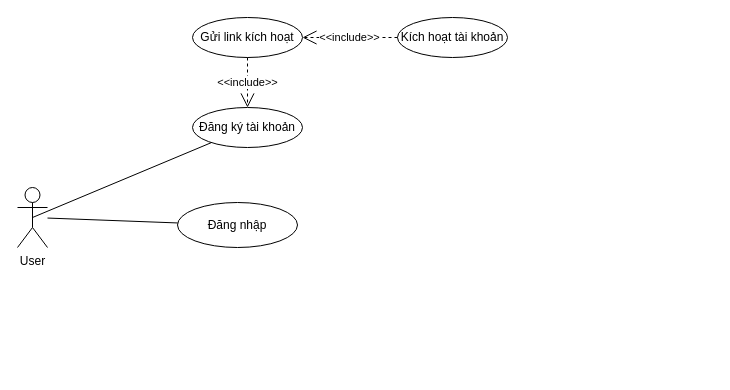
Earlier version of the draw.io diagram BlogProject/BlogProject/UseCaseDangNhapDangKy.drawio (TranThanhHoang123/Blog). Source tidied: cells renumbered, new cells numbered last; positions are measured from the earlier drawing's top-left corner, leaving out a move shared by most shapes. Both pictures are drawn from the tidied source at 100%, with x=0, y=0 at pixel (17, 17).
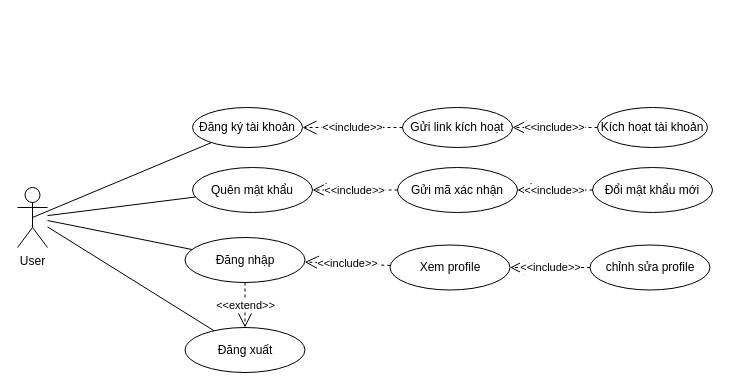
The same diagram, later.

Unchanged cells that the change refers to:
```xml
<mxCell id="2" value="User" style="shape=umlActor;verticalLabelPosition=bottom;verticalAlign=top;html=1;outlineConnect=0;" parent="1" vertex="1">
  <mxGeometry y="170" width="30" height="60" as="geometry" />
</mxCell>
```

Change to the diagram source:
```diff
@@
     <mxCell id="3" value="Đăng nhập" style="ellipse;whiteSpace=wrap;html=1;" parent="1" vertex="1">
-      <mxGeometry x="160" y="185" width="120" height="45" as="geometry" />
+      <mxGeometry x="167.5" y="220" width="120" height="45" as="geometry" />
     </mxCell>
@@
     <mxCell id="7" value="Gửi link kích hoạt" style="ellipse;whiteSpace=wrap;html=1;" parent="1" vertex="1">
-      <mxGeometry x="175" width="110" height="40" as="geometry" />
+      <mxGeometry x="385" y="90" width="110" height="40" as="geometry" />
     </mxCell>
     <mxCell id="8" value="Kích hoạt tài khoản" style="ellipse;whiteSpace=wrap;html=1;" parent="1" vertex="1">
-      <mxGeometry x="380" width="110" height="40" as="geometry" />
+      <mxGeometry x="580" y="90" width="110" height="40" as="geometry" />
     </mxCell>
@@
+    <mxCell id="11" value="Đăng xuất" style="ellipse;whiteSpace=wrap;html=1;" parent="1" vertex="1">
+      <mxGeometry x="167.5" y="310" width="120" height="45" as="geometry" />
+    </mxCell>
+    <mxCell id="12" style="endArrow=none;html=1;rounded=0;strokeColor=default;align=center;verticalAlign=middle;fontFamily=Helvetica;fontSize=11;fontColor=default;labelBackgroundColor=default;edgeStyle=none;" parent="1" edge="1" source="2" target="11">
+      <mxGeometry relative="1" as="geometry" />
+    </mxCell>
+    <mxCell id="13" value="&amp;lt;&amp;lt;extend&amp;gt;&amp;gt;" style="endArrow=open;endSize=12;dashed=1;html=1;rounded=0;strokeColor=default;align=center;verticalAlign=middle;fontFamily=Helvetica;fontSize=11;fontColor=default;labelBackgroundColor=default;edgeStyle=none;" parent="1" edge="1" source="3" target="11">
+      <mxGeometry relative="1" as="geometry" />
+    </mxCell>
+    <mxCell id="14" value="Quên mật khẩu" style="ellipse;whiteSpace=wrap;html=1;" parent="1" vertex="1">
+      <mxGeometry x="175" y="150" width="120" height="45" as="geometry" />
+    </mxCell>
+    <mxCell id="15" style="endArrow=none;html=1;rounded=0;strokeColor=default;align=center;verticalAlign=middle;fontFamily=Helvetica;fontSize=11;fontColor=default;labelBackgroundColor=default;edgeStyle=none;" parent="1" edge="1" source="2" target="14">
+      <mxGeometry relative="1" as="geometry" />
+    </mxCell>
+    <mxCell id="16" value="Gửi mã xác nhận" style="ellipse;whiteSpace=wrap;html=1;" parent="1" vertex="1">
+      <mxGeometry x="380" y="150" width="120" height="45" as="geometry" />
+    </mxCell>
+    <mxCell id="17" value="&amp;lt;&amp;lt;include&amp;gt;&amp;gt;" style="endArrow=open;endSize=12;dashed=1;html=1;rounded=0;strokeColor=default;align=center;verticalAlign=middle;fontFamily=Helvetica;fontSize=11;fontColor=default;labelBackgroundColor=default;edgeStyle=none;" parent="1" edge="1" source="16" target="14">
+      <mxGeometry relative="1" as="geometry" />
+    </mxCell>
+    <mxCell id="18" value="Đổi mật khẩu mới" style="ellipse;whiteSpace=wrap;html=1;" parent="1" vertex="1">
+      <mxGeometry x="575" y="150" width="120" height="45" as="geometry" />
+    </mxCell>
+    <mxCell id="19" value="&amp;lt;&amp;lt;include&amp;gt;&amp;gt;" style="endArrow=open;endSize=12;dashed=1;html=1;rounded=0;strokeColor=default;align=center;verticalAlign=middle;fontFamily=Helvetica;fontSize=11;fontColor=default;labelBackgroundColor=default;edgeStyle=none;" parent="1" edge="1" source="18" target="16">
+      <mxGeometry relative="1" as="geometry" />
+    </mxCell>
+    <mxCell id="20" value="Xem profile" style="ellipse;whiteSpace=wrap;html=1;" parent="1" vertex="1">
+      <mxGeometry x="372.5" y="227.5" width="120" height="45" as="geometry" />
+    </mxCell>
+    <mxCell id="21" value="chỉnh sửa profile" style="ellipse;whiteSpace=wrap;html=1;" parent="1" vertex="1">
+      <mxGeometry x="572.5" y="227.5" width="120" height="45" as="geometry" />
+    </mxCell>
+    <mxCell id="22" value="&amp;lt;&amp;lt;include&amp;gt;&amp;gt;" style="endArrow=open;endSize=12;dashed=1;html=1;rounded=0;strokeColor=default;align=center;verticalAlign=middle;fontFamily=Helvetica;fontSize=11;fontColor=default;labelBackgroundColor=default;edgeStyle=none;" parent="1" edge="1" source="20" target="3">
+      <mxGeometry relative="1" as="geometry" />
+    </mxCell>
+    <mxCell id="23" value="&amp;lt;&amp;lt;include&amp;gt;&amp;gt;" style="endArrow=open;endSize=12;dashed=1;html=1;rounded=0;strokeColor=default;align=center;verticalAlign=middle;fontFamily=Helvetica;fontSize=11;fontColor=default;labelBackgroundColor=default;edgeStyle=none;" parent="1" edge="1" source="21" target="20">
+      <mxGeometry relative="1" as="geometry" />
+    </mxCell>
```
